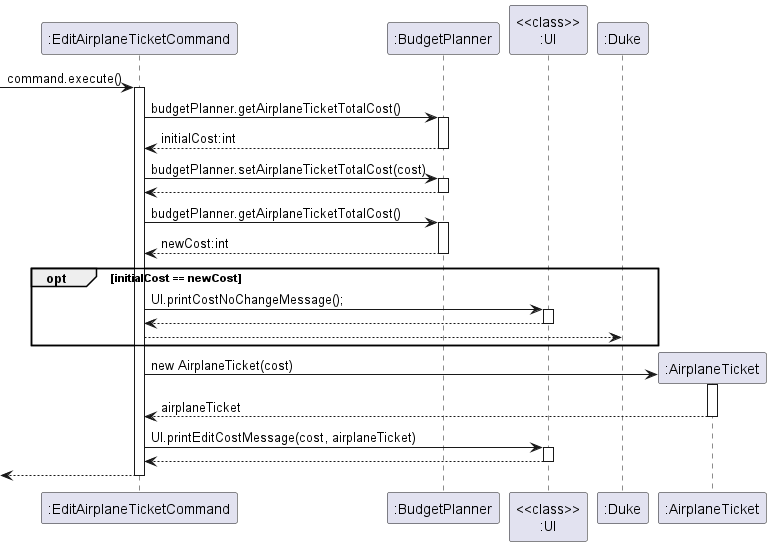
Before: docs/diagrams/budget/EditAirplaneTicketCommand.png, a diagram exported from PlantUML (nus-cs2113-AY2223S2/tp).
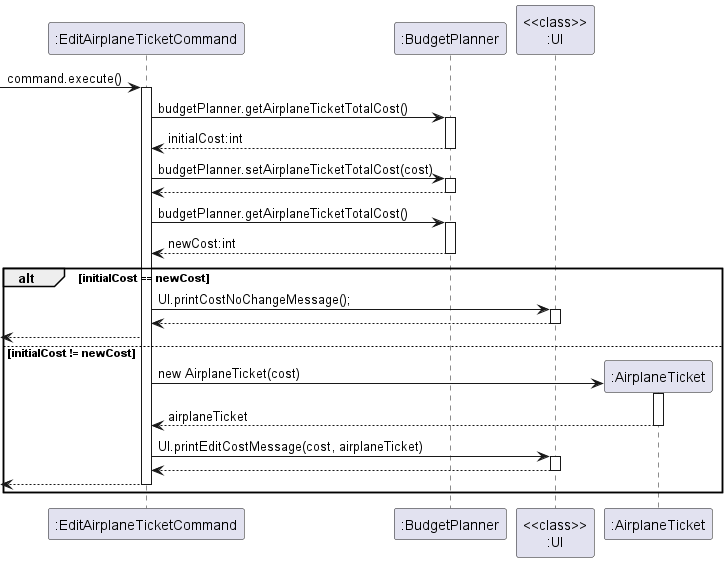
The same diagram one commit later.

Commit message:
remove Duke from sequence diagram and change opt blocks to alt blocks

Diff of the diagram source:
```diff
@@ -13,13 +13,13 @@
 activate ":BudgetPlanner"
 ":EditAirplaneTicketCommand" <-- ":BudgetPlanner" : newCost:int
 deactivate ":BudgetPlanner"
-opt initialCost == newCost
+alt initialCost == newCost
 ":EditAirplaneTicketCommand" -> "<<class>>\n:UI" : UI.printCostNoChangeMessage();
 activate "<<class>>\n:UI"
 ":EditAirplaneTicketCommand" <-- "<<class>>\n:UI"
 deactivate "<<class>>\n:UI"
-":EditAirplaneTicketCommand" --> ":Duke"
-end
+<-- ":EditAirplaneTicketCommand"
+else initialCost != newCost
 create ":AirplaneTicket"
 ":EditAirplaneTicketCommand" -> ":AirplaneTicket" : new AirplaneTicket(cost)
 activate ":AirplaneTicket"
@@ -31,4 +31,5 @@
 deactivate "<<class>>\n:UI"
 <-- ":EditAirplaneTicketCommand"
 deactivate ":EditAirplaneTicketCommand"
+end
 @enduml
```
